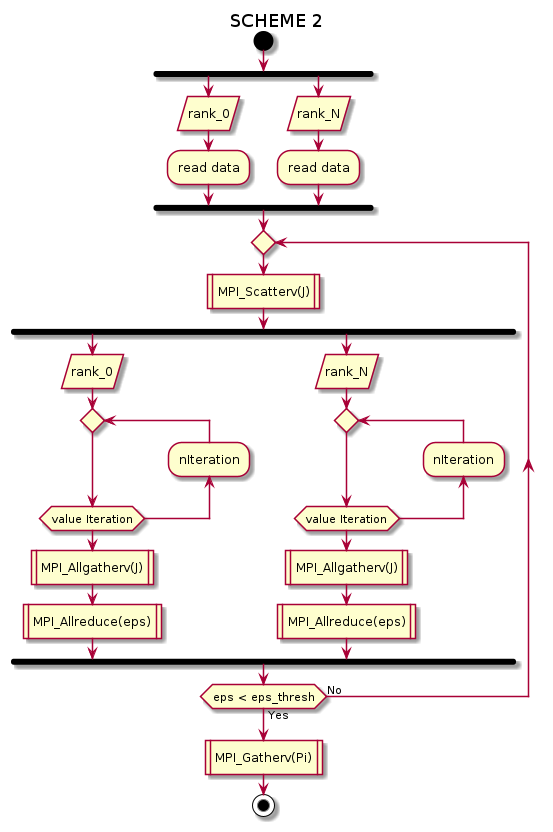
Earlier version of the PlantUML export out/src/scheme2/scheme2.png (hashkode/hpcfmi-mpivi).
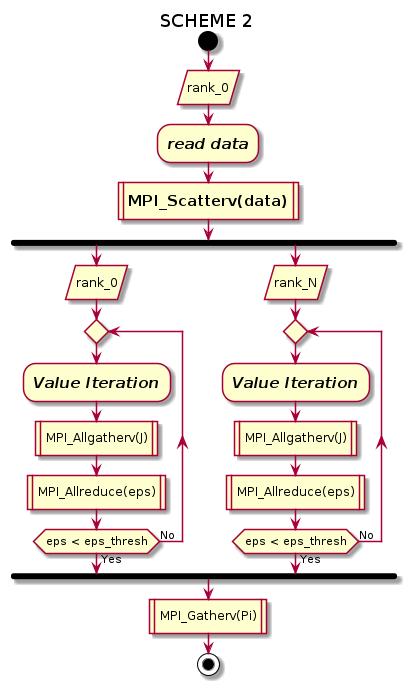
After the commit.

Diff of the diagram source:
```diff
@@ -1,31 +1,24 @@
 @startuml
 title SCHEME 2
 start
-fork
     :rank_0/
-    :read data;
-fork again
-    :rank_N/
-    :read data;
-end fork
-repeat
-:MPI_Scatterv(J)|
+    :<size:15><i><b>read data</b></i></size>;
+:<size:15><b>MPI_Scatterv(data)</b></size>|
 fork
     :rank_0/
 repeat
-backward:nIteration;
-repeat while (value Iteration)
+    :<size:15><i><b>Value Iteration</b></i></size>;
     :MPI_Allgatherv(J)|
     :MPI_Allreduce(eps)|
+repeat while (eps < eps_thresh) is (No) not (Yes)
 fork again
     :rank_N/
 repeat
-backward:nIteration;
-repeat while (value Iteration)
+    :<size:15><i><b>Value Iteration</b></i></size>;
     :MPI_Allgatherv(J)|
     :MPI_Allreduce(eps)|
+repeat while (eps < eps_thresh) is (No) not (Yes)
 end fork
-repeat while (eps < eps_thresh) is (No) not (Yes)
 :MPI_Gatherv(Pi)|
 stop
 
```
